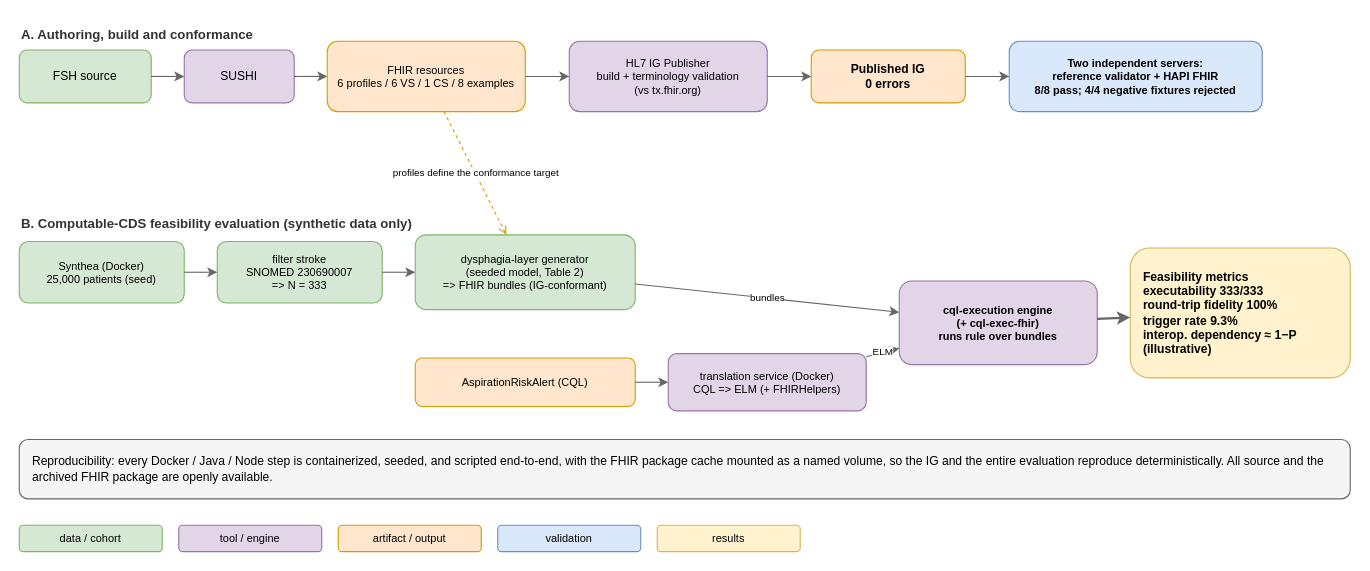
sefatuncer/stroke-dysphagia-fhir-ig keeps this draw.io diagram as figures/Figure-3-evaluation-pipeline.drawio. Above is the earlier version. Source tidied: cells renumbered, new cells numbered last; positions are measured from the earlier drawing's top-left corner, leaving out a move shared by most shapes. Both pictures are drawn from the tidied source at 110%, with x=0, y=0 at pixel (19, 19).
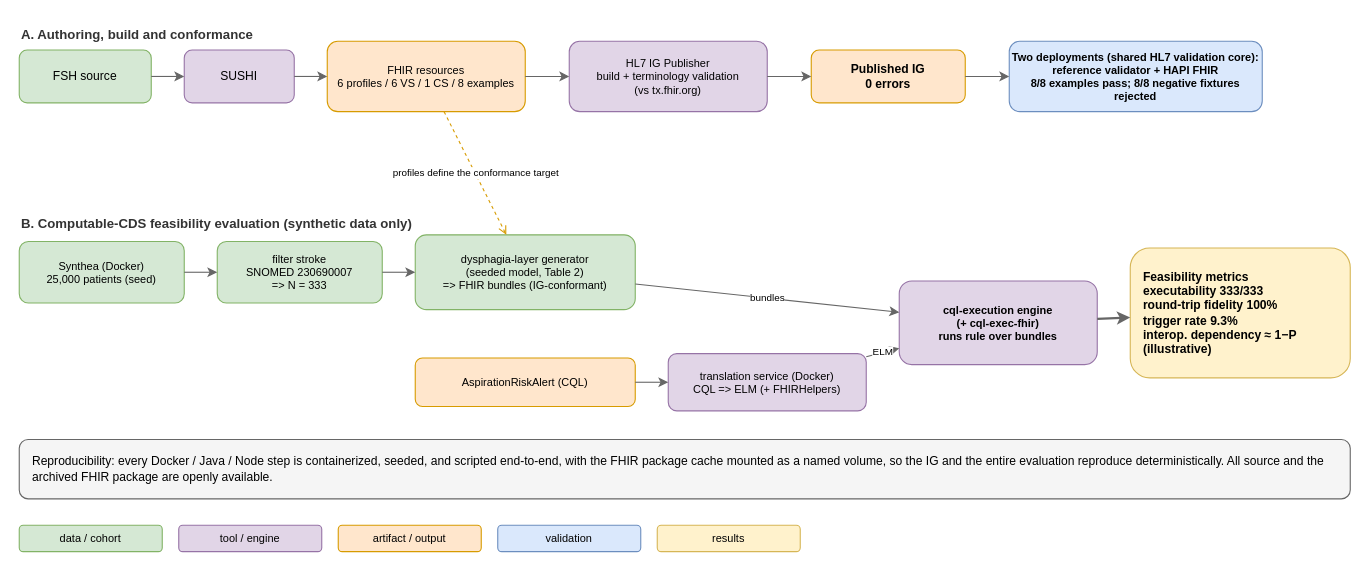
The same page after the edit.

Commit message (it also covers changes not shown here):
Correct two statements in the pipeline figure that the paper contradicts

The figure claimed 4/4 negative fixtures; there are eight, and they now run on
both deployments. It also called the two servers independent, which is the one
thing the manuscript is careful never to claim: they share the HL7 Java
validation core, so this is portability across deployments (§5.3-3). A reader
comparing the figure with the text would have found the figure overstating
exactly where the text holds back.

Change to the diagram source:
```diff
@@
-    <mxCell id="8" value="Two independent servers:&#10;reference validator + HAPI FHIR&#10;8/8 pass; 4/4 negative fixtures rejected" style="rounded=1;whiteSpace=wrap;html=1;fillColor=#dae8fc;strokeColor=#6c8ebf;fontSize=10;fontStyle=1;" parent="1" vertex="1">
+    <mxCell id="8" value="Two deployments (shared HL7 validation core):&#10;reference validator + HAPI FHIR&#10;8/8 examples pass; 8/8 negative fixtures rejected" style="rounded=1;whiteSpace=wrap;html=1;fillColor=#dae8fc;strokeColor=#6c8ebf;fontSize=10;fontStyle=1;" parent="1" vertex="1">
       <mxGeometry x="900" y="20" width="230" height="64" as="geometry" />
     </mxCell>
```
